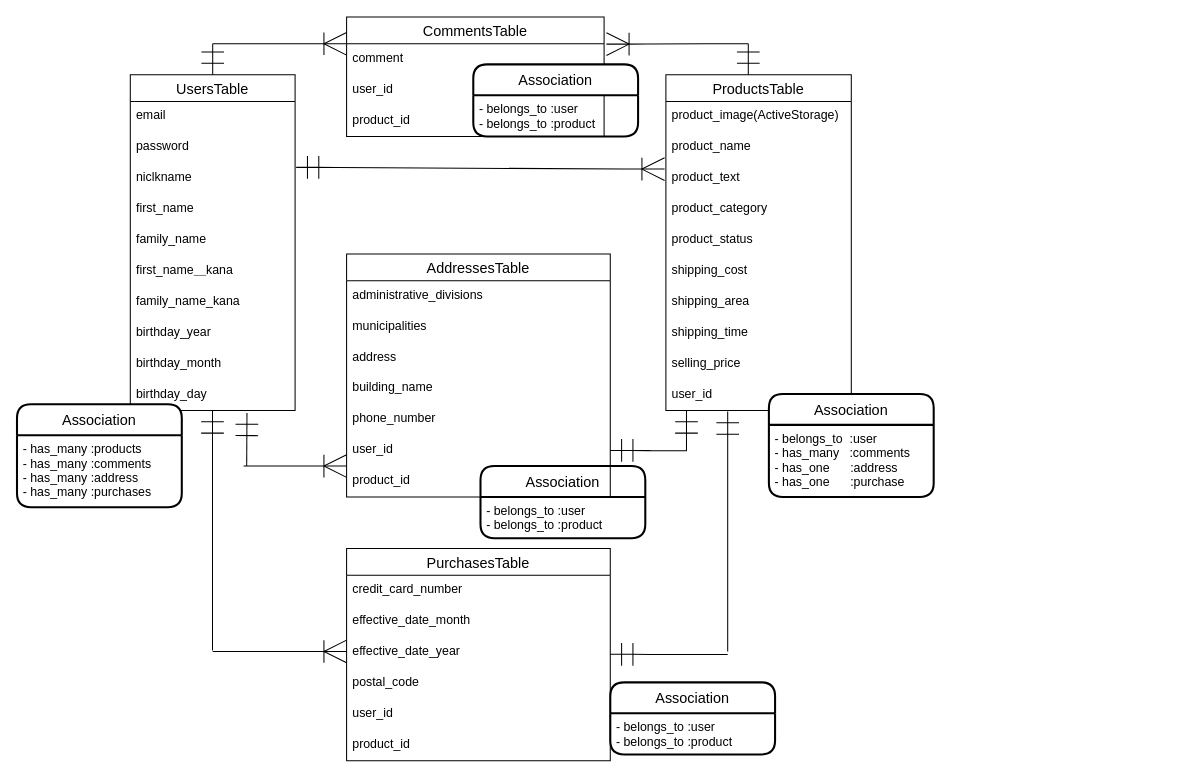
The draw.io diagram ER.dio in wakachico/furima-36117, before the edit. Source tidied: cells renumbered, new cells numbered last; positions are measured from the earlier drawing's top-left corner, leaving out a move shared by most shapes. Both pictures are drawn from the tidied source at 103%, with x=0, y=0 at pixel (16, 16).
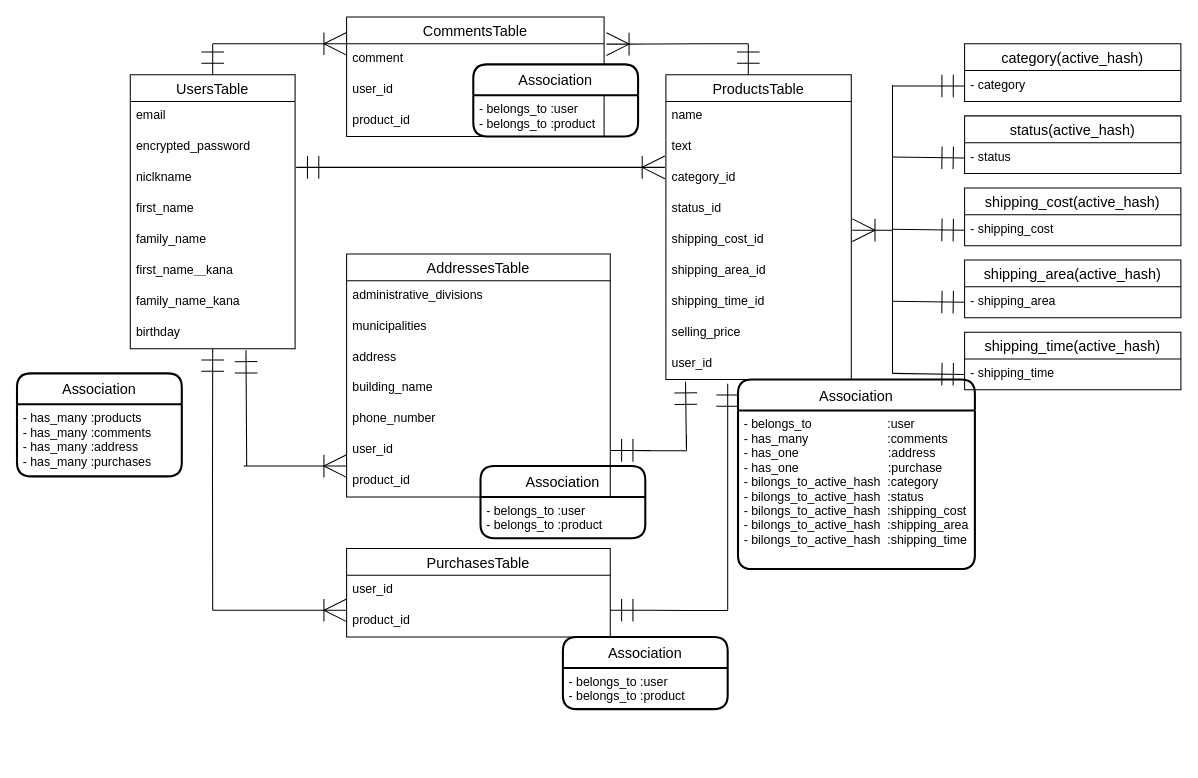
The same diagram, later.

Commit message (it also covers changes not shown here):
レビュー修正２

What changed in the source:
```diff
@@
     <mxCell id="2" value="UsersTable" style="swimlane;fontStyle=0;horizontal=1;startSize=26;align=center;fontSize=14;verticalAlign=middle;" parent="1" vertex="1">
-      <mxGeometry x="110" y="56" width="160" height="326" as="geometry" />
+      <mxGeometry x="110" y="56" width="160" height="266" as="geometry" />
     </mxCell>
@@
-    <mxCell id="4" value="password" style="text;strokeColor=none;fillColor=none;spacingLeft=4;spacingRight=4;overflow=hidden;fontSize=12;" parent="2" vertex="1">
+    <mxCell id="4" value="encrypted_password" style="text;strokeColor=none;fillColor=none;spacingLeft=4;spacingRight=4;overflow=hidden;fontSize=12;" parent="2" vertex="1">
       <mxGeometry y="56" width="160" height="30" as="geometry" />
     </mxCell>
@@
-    <mxCell id="10" value="birthday_year" style="text;strokeColor=none;fillColor=none;spacingLeft=4;spacingRight=4;overflow=hidden;points=[[0,0.5],[1,0.5]];portConstraint=eastwest;fontSize=12;" parent="2" vertex="1">
+    <mxCell id="10" value="birthday" style="text;strokeColor=none;fillColor=none;spacingLeft=4;spacingRight=4;overflow=hidden;points=[[0,0.5],[1,0.5]];portConstraint=eastwest;fontSize=12;" parent="2" vertex="1">
       <mxGeometry y="236" width="160" height="30" as="geometry" />
     </mxCell>
-    <mxCell id="11" value="birthday_month" style="text;strokeColor=none;fillColor=none;spacingLeft=4;spacingRight=4;overflow=hidden;fontSize=12;" parent="2" vertex="1">
-      <mxGeometry y="266" width="160" height="30" as="geometry" />
-    </mxCell>
-    <mxCell id="12" value="birthday_day" style="text;strokeColor=none;fillColor=none;spacingLeft=4;spacingRight=4;overflow=hidden;points=[[0,0.5],[1,0.5]];portConstraint=eastwest;fontSize=12;" parent="2" vertex="1">
-      <mxGeometry y="296" width="160" height="30" as="geometry" />
-    </mxCell>
     <mxCell id="13" value="ProductsTable" style="swimlane;fontStyle=0;horizontal=1;startSize=26;align=center;fontSize=14;" parent="1" vertex="1">
-      <mxGeometry x="630" y="56" width="180" height="326" as="geometry" />
+      <mxGeometry x="630" y="56" width="180" height="296" as="geometry" />
     </mxCell>
-    <mxCell id="14" value="product_image(ActiveStorage)" style="text;strokeColor=none;fillColor=none;spacingLeft=4;spacingRight=4;overflow=hidden;fontSize=12;" parent="13" vertex="1">
-      <mxGeometry y="26" width="180" height="30" as="geometry" />
-    </mxCell>
-    <mxCell id="15" value="product_name" style="text;strokeColor=none;fillColor=none;spacingLeft=4;spacingRight=4;overflow=hidden;fontSize=12;" parent="13" vertex="1">
-      <mxGeometry y="56" width="180" height="30" as="geometry" />
+    <mxCell id="15" value="name" style="text;strokeColor=none;fillColor=none;spacingLeft=4;spacingRight=4;overflow=hidden;fontSize=12;" parent="13" vertex="1">
+      <mxGeometry y="26" width="180" height="30" as="geometry" />
     </mxCell>
-    <mxCell id="16" value="product_text" style="text;strokeColor=none;fillColor=none;spacingLeft=4;spacingRight=4;overflow=hidden;points=[[0,0.5],[1,0.5]];portConstraint=eastwest;fontSize=12;" parent="13" vertex="1">
-      <mxGeometry y="86" width="180" height="30" as="geometry" />
+    <mxCell id="16" value="text" style="text;strokeColor=none;fillColor=none;spacingLeft=4;spacingRight=4;overflow=hidden;points=[[0,0.5],[1,0.5]];portConstraint=eastwest;fontSize=12;" parent="13" vertex="1">
+      <mxGeometry y="56" width="180" height="30" as="geometry" />
     </mxCell>
-    <mxCell id="17" value="product_category" style="text;strokeColor=none;fillColor=none;spacingLeft=4;spacingRight=4;overflow=hidden;fontSize=12;" parent="13" vertex="1">
-      <mxGeometry y="116" width="180" height="30" as="geometry" />
+    <mxCell id="17" value="category_id" style="text;strokeColor=none;fillColor=none;spacingLeft=4;spacingRight=4;overflow=hidden;fontSize=12;" parent="13" vertex="1">
+      <mxGeometry y="86" width="180" height="30" as="geometry" />
     </mxCell>
-    <mxCell id="18" value="product_status" style="text;strokeColor=none;fillColor=none;spacingLeft=4;spacingRight=4;overflow=hidden;fontSize=12;" parent="13" vertex="1">
-      <mxGeometry y="146" width="180" height="30" as="geometry" />
+    <mxCell id="18" value="status_id" style="text;strokeColor=none;fillColor=none;spacingLeft=4;spacingRight=4;overflow=hidden;fontSize=12;" parent="13" vertex="1">
+      <mxGeometry y="116" width="180" height="30" as="geometry" />
     </mxCell>
-    <mxCell id="19" value="shipping_cost" style="text;strokeColor=none;fillColor=none;spacingLeft=4;spacingRight=4;overflow=hidden;fontSize=12;" parent="13" vertex="1">
-      <mxGeometry y="176" width="180" height="30" as="geometry" />
+    <mxCell id="19" value="shipping_cost_id" style="text;strokeColor=none;fillColor=none;spacingLeft=4;spacingRight=4;overflow=hidden;fontSize=12;" parent="13" vertex="1">
+      <mxGeometry y="146" width="180" height="30" as="geometry" />
     </mxCell>
-    <mxCell id="20" value="shipping_area" style="text;strokeColor=none;fillColor=none;spacingLeft=4;spacingRight=4;overflow=hidden;fontSize=12;" parent="13" vertex="1">
-      <mxGeometry y="206" width="180" height="30" as="geometry" />
+    <mxCell id="20" value="shipping_area_id" style="text;strokeColor=none;fillColor=none;spacingLeft=4;spacingRight=4;overflow=hidden;fontSize=12;" parent="13" vertex="1">
+      <mxGeometry y="176" width="180" height="30" as="geometry" />
     </mxCell>
-    <mxCell id="21" value="shipping_time" style="text;strokeColor=none;fillColor=none;spacingLeft=4;spacingRight=4;overflow=hidden;fontSize=12;" parent="13" vertex="1">
-      <mxGeometry y="236" width="180" height="30" as="geometry" />
+    <mxCell id="21" value="shipping_time_id" style="text;strokeColor=none;fillColor=none;spacingLeft=4;spacingRight=4;overflow=hidden;fontSize=12;" parent="13" vertex="1">
+      <mxGeometry y="206" width="180" height="30" as="geometry" />
     </mxCell>
     <mxCell id="22" value="selling_price" style="text;strokeColor=none;fillColor=none;spacingLeft=4;spacingRight=4;overflow=hidden;fontSize=12;" parent="13" vertex="1">
-      <mxGeometry y="266" width="180" height="30" as="geometry" />
+      <mxGeometry y="236" width="180" height="30" as="geometry" />
     </mxCell>
     <mxCell id="23" value="user_id" style="text;strokeColor=none;fillColor=none;spacingLeft=4;spacingRight=4;overflow=hidden;points=[[0,0.5],[1,0.5]];portConstraint=eastwest;fontSize=12;" parent="13" vertex="1">
-      <mxGeometry y="296" width="180" height="30" as="geometry" />
+      <mxGeometry y="266" width="180" height="30" as="geometry" />
     </mxCell>
     <mxCell id="24" value="PurchasesTable" style="swimlane;fontStyle=0;horizontal=1;startSize=26;align=center;fontSize=14;" parent="1" vertex="1">
-      <mxGeometry x="320" y="516" width="256" height="206" as="geometry" />
+      <mxGeometry x="320" y="516" width="256" height="86" as="geometry" />
     </mxCell>
-    <mxCell id="25" value="credit_card_number" style="text;strokeColor=none;fillColor=none;spacingLeft=4;spacingRight=4;overflow=hidden;fontSize=12;" parent="24" vertex="1">
-      <mxGeometry y="26" width="256" height="30" as="geometry" />
-    </mxCell>
-    <mxCell id="26" value="effective_date_month" style="text;strokeColor=none;fillColor=none;spacingLeft=4;spacingRight=4;overflow=hidden;fontSize=12;" parent="24" vertex="1">
-      <mxGeometry y="56" width="256" height="30" as="geometry" />
-    </mxCell>
-    <mxCell id="27" value="effective_date_year" style="text;strokeColor=none;fillColor=none;spacingLeft=4;spacingRight=4;overflow=hidden;fontSize=12;" parent="24" vertex="1">
-      <mxGeometry y="86" width="256" height="30" as="geometry" />
-    </mxCell>
-    <mxCell id="28" value="postal_code" style="text;strokeColor=none;fillColor=none;spacingLeft=4;spacingRight=4;overflow=hidden;fontSize=12;" parent="24" vertex="1">
-      <mxGeometry y="116" width="256" height="30" as="geometry" />
-    </mxCell>
     <mxCell id="29" value="user_id" style="text;strokeColor=none;fillColor=none;spacingLeft=4;spacingRight=4;overflow=hidden;fontSize=12;" parent="24" vertex="1">
-      <mxGeometry y="146" width="256" height="30" as="geometry" />
+      <mxGeometry y="26" width="256" height="30" as="geometry" />
     </mxCell>
     <mxCell id="30" value="product_id" style="text;strokeColor=none;fillColor=none;spacingLeft=4;spacingRight=4;overflow=hidden;fontSize=12;" parent="24" vertex="1">
-      <mxGeometry y="176" width="256" height="30" as="geometry" />
+      <mxGeometry y="56" width="256" height="30" as="geometry" />
     </mxCell>
-    <mxCell id="31" style="edgeStyle=entityRelationEdgeStyle;fontSize=12;html=1;endArrow=ERoneToMany;startArrow=ERmandOne;entryX=-0.007;entryY=0.189;entryDx=0;entryDy=0;endSize=20;startSize=20;entryPerimeter=0;" parent="1" edge="1" target="16">
+    <mxCell id="31" style="edgeStyle=entityRelationEdgeStyle;fontSize=12;html=1;endArrow=ERoneToMany;startArrow=ERmandOne;endSize=20;startSize=20;" parent="1" edge="1">
       <mxGeometry relative="1" as="geometry">
         <mxPoint x="271" y="146" as="sourcePoint" />
+        <mxPoint x="629" y="146" as="targetPoint" />
       </mxGeometry>
     </mxCell>
@@
-    <mxCell id="34" style="endArrow=none;html=1;fontSize=11;startSize=20;endSize=20;exitX=0.708;exitY=1.08;exitDx=0;exitDy=0;exitPerimeter=0;startArrow=ERmandOne;startFill=0;" parent="1" edge="1" source="12">
+    <mxCell id="34" style="endArrow=none;html=1;fontSize=11;startSize=20;endSize=20;exitX=0.702;exitY=1.054;exitDx=0;exitDy=0;exitPerimeter=0;startArrow=ERmandOne;startFill=0;" parent="1" edge="1" source="10">
       <mxGeometry relative="1" as="geometry">
         <mxPoint x="223" y="436" as="targetPoint" />
         <Array as="points">
           <mxPoint x="223" y="436" />
         </Array>
       </mxGeometry>
     </mxCell>
-    <mxCell id="35" style="endArrow=none;html=1;fontSize=11;startSize=20;endSize=20;startArrow=ERmandOne;startFill=0;" parent="1" edge="1">
+    <mxCell id="35" style="endArrow=none;html=1;fontSize=11;startSize=20;endSize=20;startArrow=ERmandOne;startFill=0;exitX=0.106;exitY=1.067;exitDx=0;exitDy=0;exitPerimeter=0;" parent="1" edge="1" source="23">
       <mxGeometry relative="1" as="geometry">
-        <mxPoint x="650" y="382" as="sourcePoint" />
         <mxPoint x="650" y="406" as="targetPoint" />
         <Array as="points">
           <mxPoint x="650" y="426" />
         </Array>
       </mxGeometry>
     </mxCell>
@@
     <mxCell id="46" value="Association" style="swimlane;horizontal=1;startSize=30;rounded=1;fontSize=14;fontStyle=0;strokeWidth=2;shadow=0;dashed=0;align=center;" parent="1" vertex="1">
-      <mxGeometry y="376" width="160" height="100" as="geometry" />
+      <mxGeometry y="346" width="160" height="100" as="geometry" />
     </mxCell>
@@
     <mxCell id="48" value="Association" style="swimlane;horizontal=1;startSize=30;rounded=1;fontSize=14;fontStyle=0;strokeWidth=2;shadow=0;dashed=0;align=center;" parent="1" vertex="1">
-      <mxGeometry x="730" y="366" width="160" height="100" as="geometry" />
+      <mxGeometry x="700" y="352" width="230" height="184" as="geometry" />
     </mxCell>
-    <mxCell id="49" value="- belongs_to  :user&#10;- has_many   :comments&#10;- has_one      :address&#10;- has_one      :purchase" style="align=left;strokeColor=none;fillColor=none;spacingLeft=4;fontSize=12;verticalAlign=top;" parent="48" vertex="1">
-      <mxGeometry y="30" width="160" height="70" as="geometry" />
+    <mxCell id="49" value="- belongs_to                      :user&#10;- has_many                       :comments&#10;- has_one                          :address&#10;- has_one                          :purchase&#10;- bilongs_to_active_hash  :category&#10;- bilongs_to_active_hash  :status&#10;- bilongs_to_active_hash  :shipping_cost&#10;- bilongs_to_active_hash  :shipping_area&#10;- bilongs_to_active_hash  :shipping_time" style="align=left;strokeColor=none;fillColor=none;spacingLeft=4;fontSize=12;verticalAlign=top;fontStyle=0;" parent="48" vertex="1">
+      <mxGeometry y="30" width="230" height="154" as="geometry" />
     </mxCell>
@@
     <mxCell id="60" style="endArrow=none;html=1;fontSize=11;startSize=20;endSize=20;startArrow=ERmandOne;startFill=0;" parent="1" edge="1">
       <mxGeometry relative="1" as="geometry">
-        <mxPoint x="690" y="383" as="sourcePoint" />
-        <mxPoint x="690" y="616" as="targetPoint" />
+        <mxPoint x="690" y="356" as="sourcePoint" />
+        <mxPoint x="690" y="576" as="targetPoint" />
         <Array as="points">
           <mxPoint x="690" y="446" />
         </Array>
       </mxGeometry>
     </mxCell>
     <mxCell id="61" style="edgeStyle=entityRelationEdgeStyle;fontSize=12;html=1;endArrow=none;startSize=20;endSize=20;startArrow=ERmandOne;startFill=0;endFill=0;" parent="1" edge="1">
       <mxGeometry relative="1" as="geometry">
-        <mxPoint x="576" y="618.8" as="sourcePoint" />
-        <mxPoint x="690" y="619" as="targetPoint" />
+        <mxPoint x="576" y="576" as="sourcePoint" />
+        <mxPoint x="690" y="576.2" as="targetPoint" />
       </mxGeometry>
     </mxCell>
-    <mxCell id="62" style="endArrow=none;html=1;fontSize=11;startSize=20;endSize=20;startArrow=ERmandOne;startFill=0;" parent="1" edge="1">
+    <mxCell id="62" style="endArrow=none;html=1;fontSize=11;startSize=20;endSize=20;startArrow=ERmandOne;startFill=0;exitX=0.5;exitY=1;exitDx=0;exitDy=0;" parent="1" edge="1" source="2">
       <mxGeometry relative="1" as="geometry">
-        <mxPoint x="189.8" y="382" as="sourcePoint" />
-        <mxPoint x="189.8" y="615" as="targetPoint" />
+        <mxPoint x="190" y="576" as="targetPoint" />
         <Array as="points">
           <mxPoint x="189.8" y="445" />
         </Array>
       </mxGeometry>
     </mxCell>
     <mxCell id="63" style="edgeStyle=entityRelationEdgeStyle;fontSize=12;html=1;endArrow=ERoneToMany;startSize=20;endSize=20;" parent="1" edge="1">
       <mxGeometry relative="1" as="geometry">
-        <mxPoint x="190" y="616" as="sourcePoint" />
-        <mxPoint x="320" y="616" as="targetPoint" />
+        <mxPoint x="190" y="576" as="sourcePoint" />
+        <mxPoint x="320" y="576" as="targetPoint" />
       </mxGeometry>
     </mxCell>
     <mxCell id="64" value="Association" style="swimlane;horizontal=1;startSize=30;rounded=1;fontSize=14;fontStyle=0;strokeWidth=2;shadow=0;dashed=0;align=center;" parent="1" vertex="1">
-      <mxGeometry x="576" y="646" width="160" height="70" as="geometry" />
+      <mxGeometry x="530" y="602" width="160" height="70" as="geometry" />
     </mxCell>
@@
+    <mxCell id="66" value="category(active_hash)" style="swimlane;fontStyle=0;horizontal=1;startSize=26;align=center;fontSize=14;" parent="1" vertex="1">
+      <mxGeometry x="920" y="26" width="210" height="56" as="geometry" />
+    </mxCell>
+    <mxCell id="67" value="- category" style="text;strokeColor=none;fillColor=none;spacingLeft=4;spacingRight=4;overflow=hidden;points=[[0,0.5],[1,0.5]];portConstraint=eastwest;fontSize=12;" parent="66" vertex="1">
+      <mxGeometry y="26" width="210" height="30" as="geometry" />
+    </mxCell>
+    <mxCell id="68" value="status(active_hash)" style="swimlane;fontStyle=0;horizontal=1;startSize=26;align=center;fontSize=14;" parent="1" vertex="1">
+      <mxGeometry x="920" y="96" width="210" height="56" as="geometry" />
+    </mxCell>
+    <mxCell id="69" value="- status" style="text;strokeColor=none;fillColor=none;spacingLeft=4;spacingRight=4;overflow=hidden;points=[[0,0.5],[1,0.5]];portConstraint=eastwest;fontSize=12;" parent="68" vertex="1">
+      <mxGeometry y="26" width="210" height="30" as="geometry" />
+    </mxCell>
+    <mxCell id="70" value="shipping_cost(active_hash)" style="swimlane;fontStyle=0;horizontal=1;startSize=26;align=center;fontSize=14;" parent="1" vertex="1">
+      <mxGeometry x="920" y="166" width="210" height="56" as="geometry" />
+    </mxCell>
+    <mxCell id="71" value="- shipping_cost" style="text;strokeColor=none;fillColor=none;spacingLeft=4;spacingRight=4;overflow=hidden;points=[[0,0.5],[1,0.5]];portConstraint=eastwest;fontSize=12;" parent="70" vertex="1">
+      <mxGeometry y="26" width="210" height="30" as="geometry" />
+    </mxCell>
+    <mxCell id="72" value="shipping_area(active_hash)" style="swimlane;fontStyle=0;horizontal=1;startSize=26;align=center;fontSize=14;" parent="1" vertex="1">
+      <mxGeometry x="920" y="236" width="210" height="56" as="geometry" />
+    </mxCell>
+    <mxCell id="73" value="- shipping_area" style="text;strokeColor=none;fillColor=none;spacingLeft=4;spacingRight=4;overflow=hidden;points=[[0,0.5],[1,0.5]];portConstraint=eastwest;fontSize=12;" parent="72" vertex="1">
+      <mxGeometry y="26" width="210" height="30" as="geometry" />
+    </mxCell>
+    <mxCell id="74" value="shipping_time(active_hash)" style="swimlane;fontStyle=0;horizontal=1;startSize=26;align=center;fontSize=14;" parent="1" vertex="1">
+      <mxGeometry x="920" y="306" width="210" height="56" as="geometry" />
+    </mxCell>
+    <mxCell id="75" value="- shipping_time" style="text;strokeColor=none;fillColor=none;spacingLeft=4;spacingRight=4;overflow=hidden;points=[[0,0.5],[1,0.5]];portConstraint=eastwest;fontSize=12;" parent="74" vertex="1">
+      <mxGeometry y="26" width="210" height="30" as="geometry" />
+    </mxCell>
+    <mxCell id="76" style="endArrow=none;html=1;fontSize=11;startSize=20;endSize=20;startArrow=ERmandOne;startFill=0;exitX=0;exitY=0.5;exitDx=0;exitDy=0;" parent="1" edge="1" source="67">
+      <mxGeometry relative="1" as="geometry">
+        <mxPoint x="850" y="67" as="targetPoint" />
+      </mxGeometry>
+    </mxCell>
+    <mxCell id="77" style="endArrow=none;html=1;fontSize=11;startSize=20;endSize=20;startArrow=ERmandOne;startFill=0;exitX=0;exitY=0.5;exitDx=0;exitDy=0;" parent="1" edge="1" source="69">
+      <mxGeometry relative="1" as="geometry">
+        <mxPoint x="850" y="136" as="targetPoint" />
+      </mxGeometry>
+    </mxCell>
+    <mxCell id="78" style="endArrow=none;html=1;fontSize=11;startSize=20;endSize=20;startArrow=ERmandOne;startFill=0;exitX=0;exitY=0.5;exitDx=0;exitDy=0;" parent="1" edge="1" source="71">
+      <mxGeometry relative="1" as="geometry">
+        <mxPoint x="850" y="206" as="targetPoint" />
+      </mxGeometry>
+    </mxCell>
+    <mxCell id="79" style="endArrow=none;html=1;fontSize=11;startSize=20;endSize=20;startArrow=ERmandOne;startFill=0;exitX=0;exitY=0.5;exitDx=0;exitDy=0;" parent="1" edge="1" source="73">
+      <mxGeometry relative="1" as="geometry">
+        <mxPoint x="850" y="276" as="targetPoint" />
+      </mxGeometry>
+    </mxCell>
+    <mxCell id="80" style="endArrow=none;html=1;fontSize=11;startSize=20;endSize=20;startArrow=ERmandOne;startFill=0;exitX=0;exitY=0.5;exitDx=0;exitDy=0;" parent="1" edge="1" source="75">
+      <mxGeometry relative="1" as="geometry">
+        <mxPoint x="850" y="346" as="targetPoint" />
+      </mxGeometry>
+    </mxCell>
+    <mxCell id="81" style="endArrow=none;html=1;rounded=0;fontSize=11;startSize=20;endSize=20;" parent="1" edge="1">
+      <mxGeometry relative="1" as="geometry">
+        <mxPoint x="850" y="346" as="sourcePoint" />
+        <mxPoint x="850" y="66" as="targetPoint" />
+      </mxGeometry>
+    </mxCell>
+    <mxCell id="82" style="edgeStyle=entityRelationEdgeStyle;fontSize=12;html=1;endArrow=none;startSize=20;endSize=20;startArrow=ERoneToMany;startFill=0;endFill=0;" parent="1" edge="1">
+      <mxGeometry relative="1" as="geometry">
+        <mxPoint x="811" y="207" as="sourcePoint" />
+        <mxPoint x="850" y="207" as="targetPoint" />
+      </mxGeometry>
+    </mxCell>
```
